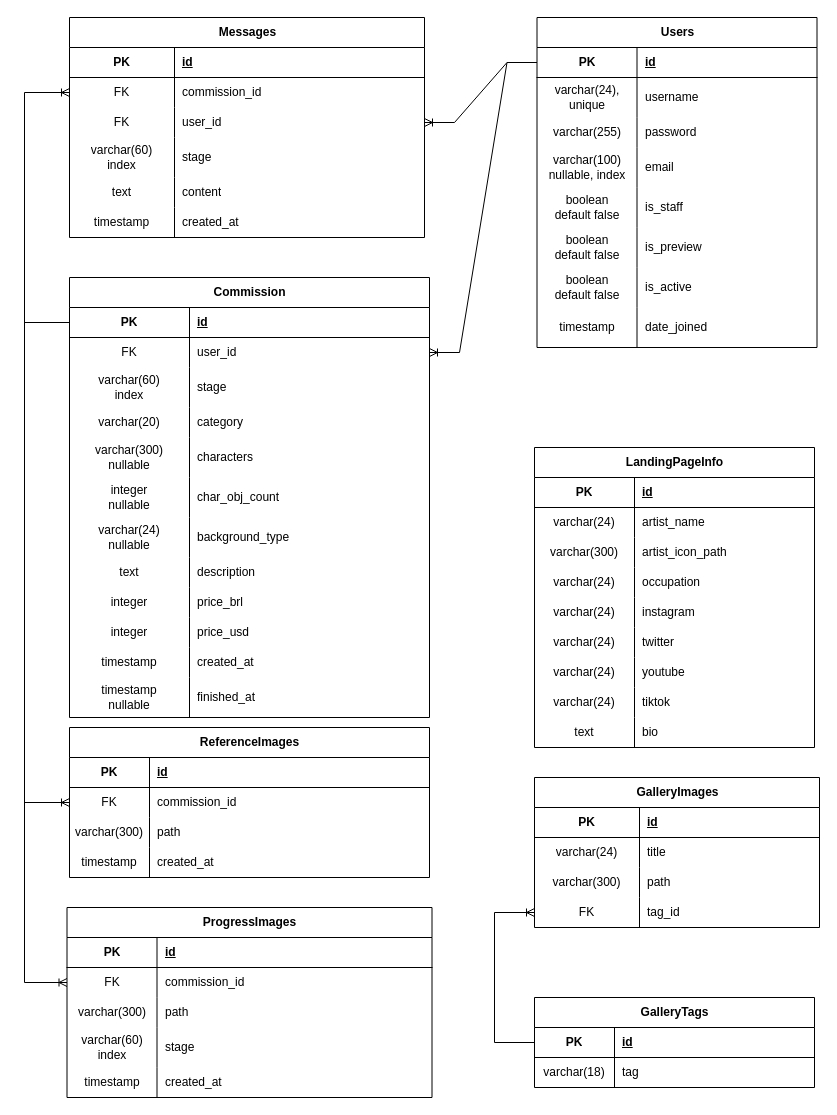
nemesis-noctis/o-atelier keeps this draw.io diagram as docs/diagramas/OAtelierER.drawio. Above is the earlier version. Source tidied: cells renumbered, new cells numbered last; positions are measured from the earlier drawing's top-left corner, leaving out a move shared by most shapes. Both pictures are drawn from the tidied source at 100%, with x=0, y=0 at pixel (24, 17).
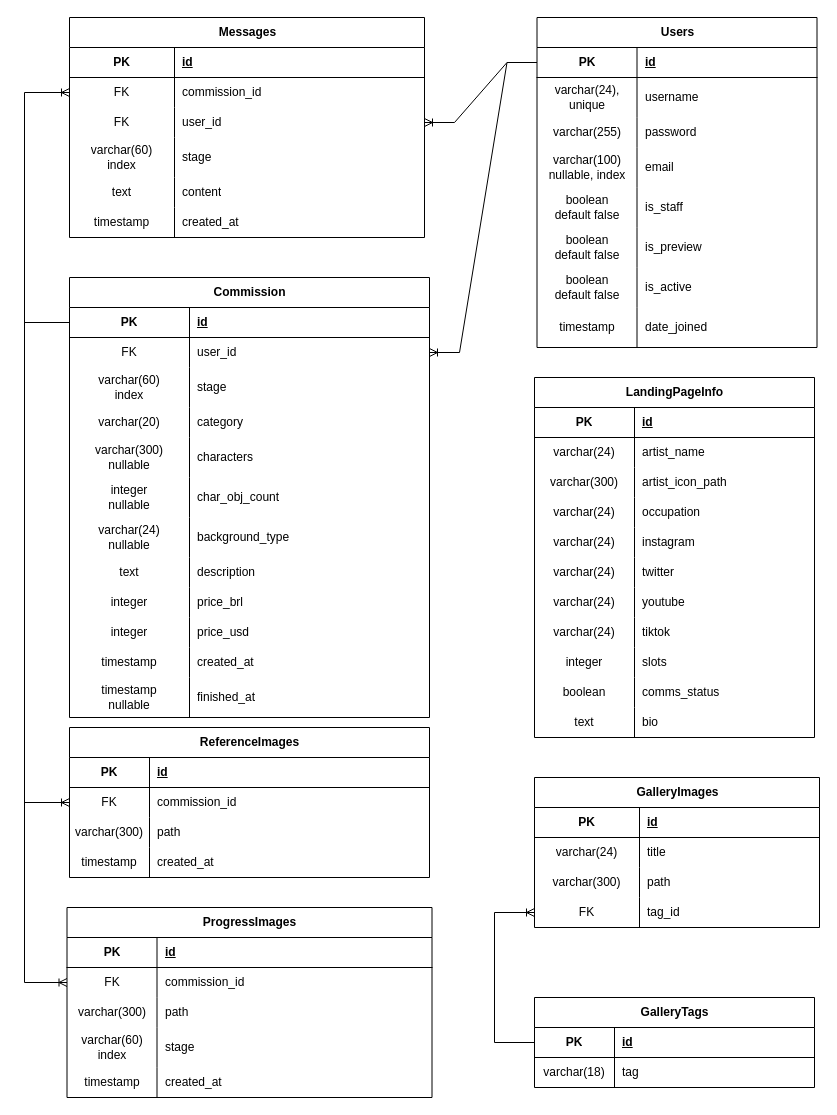
The same diagram, later.

Commit message (it also covers changes not shown here):
docs: Update landing page model info.

Unchanged cells that the change refers to:
```xml
<mxCell id="27" style="shape=tableRow;horizontal=0;startSize=0;swimlaneHead=0;swimlaneBody=0;fillColor=none;top=0;left=0;right=0;bottom=0;" parent="2" vertex="1">
  <mxGeometry y="270" width="280" height="30" as="geometry" />
</mxCell>
```

The edit, as a diff of the source:
```diff
@@
     <mxCell id="2" value="LandingPageInfo" style="shape=table;startSize=30;childLayout=tableLayout;rowLines=0;fontStyle=1;align=center;html=1;" parent="1" vertex="1">
-      <mxGeometry x="510" y="430" width="280" height="300" as="geometry" />
+      <mxGeometry x="510" y="360" width="280" height="360" as="geometry" />
     </mxCell>
@@
-    <mxCell id="28" value="text" style="shape=partialRectangle;fillColor=none;top=0;left=0;bottom=0;right=0;overflow=hidden;whiteSpace=wrap;html=1;" parent="27" vertex="1">
+    <mxCell id="28" value="integer" style="shape=partialRectangle;fillColor=none;top=0;left=0;bottom=0;right=0;overflow=hidden;whiteSpace=wrap;html=1;" parent="27" vertex="1">
       <mxGeometry width="100" height="30" as="geometry" />
     </mxCell>
-    <mxCell id="29" value="bio" style="shape=partialRectangle;fillColor=none;top=0;left=0;bottom=0;right=0;align=left;spacingLeft=6;overflow=hidden;whiteSpace=wrap;html=1;" parent="27" vertex="1">
+    <mxCell id="29" value="slots" style="shape=partialRectangle;fillColor=none;top=0;left=0;bottom=0;right=0;align=left;spacingLeft=6;overflow=hidden;whiteSpace=wrap;html=1;" parent="27" vertex="1">
       <mxGeometry x="100" width="180" height="30" as="geometry" />
     </mxCell>
+    <mxCell id="166" style="shape=tableRow;horizontal=0;startSize=0;swimlaneHead=0;swimlaneBody=0;fillColor=none;top=0;left=0;right=0;bottom=0;" parent="2" vertex="1">
+      <mxGeometry y="300" width="280" height="30" as="geometry" />
+    </mxCell>
+    <mxCell id="167" value="boolean" style="shape=partialRectangle;fillColor=none;top=0;left=0;bottom=0;right=0;overflow=hidden;whiteSpace=wrap;html=1;" parent="166" vertex="1">
+      <mxGeometry width="100" height="30" as="geometry" />
+    </mxCell>
+    <mxCell id="168" value="comms_status" style="shape=partialRectangle;fillColor=none;top=0;left=0;bottom=0;right=0;align=left;spacingLeft=6;overflow=hidden;whiteSpace=wrap;html=1;" parent="166" vertex="1">
+      <mxGeometry x="100" width="180" height="30" as="geometry" />
+    </mxCell>
+    <mxCell id="169" style="shape=tableRow;horizontal=0;startSize=0;swimlaneHead=0;swimlaneBody=0;fillColor=none;top=0;left=0;right=0;bottom=0;" parent="2" vertex="1">
+      <mxGeometry y="330" width="280" height="30" as="geometry" />
+    </mxCell>
+    <mxCell id="170" value="text" style="shape=partialRectangle;fillColor=none;top=0;left=0;bottom=0;right=0;overflow=hidden;whiteSpace=wrap;html=1;" parent="169" vertex="1">
+      <mxGeometry width="100" height="30" as="geometry" />
+    </mxCell>
+    <mxCell id="171" value="bio" style="shape=partialRectangle;fillColor=none;top=0;left=0;bottom=0;right=0;align=left;spacingLeft=6;overflow=hidden;whiteSpace=wrap;html=1;" parent="169" vertex="1">
+      <mxGeometry x="100" width="180" height="30" as="geometry" />
+    </mxCell>
```
